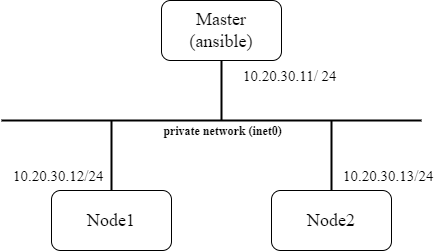
The draw.io diagram topo.drawio.png in shu1r0/vagrant-ansible-lab, before a commit. Source tidied: cells renumbered, new cells last; positions are measured from the earlier drawing's top-left corner, leaving out a move shared by most shapes.
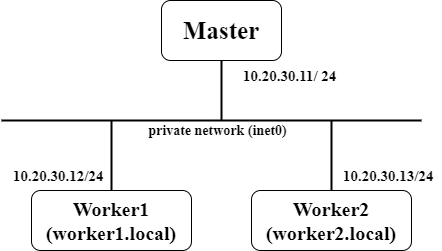
Later version of the same file.

Diff of the diagram source:
```diff
@@ -1,49 +1,49 @@
-<mxGraphModel>
+<mxGraphModel background="#ffffff">
   <root>
     <mxCell id="0" />
     <mxCell id="1" parent="0" />
-    <mxCell id="2" style="edgeStyle=none;html=1;exitX=0.5;exitY=1;exitDx=0;exitDy=0;fontFamily=MS明朝;fontSize=18;endArrow=none;endFill=0;strokeWidth=2;" parent="1" edge="1" source="3">
+    <mxCell id="2" style="edgeStyle=none;html=1;exitX=0.5;exitY=1;exitDx=0;exitDy=0;fontFamily=Times New Roman;fontSize=18;endArrow=none;endFill=0;strokeWidth=2;fontStyle=1;" parent="1" edge="1" source="3">
       <mxGeometry relative="1" as="geometry">
         <mxPoint x="220" y="120" as="targetPoint" />
       </mxGeometry>
     </mxCell>
-    <mxCell id="3" value="Master&lt;br&gt;(ansible)" style="rounded=1;whiteSpace=wrap;html=1;fontSize=18;fontFamily=MS明朝;" parent="1" vertex="1">
+    <mxCell id="3" value="Master" style="rounded=1;whiteSpace=wrap;html=1;fontSize=25;fontFamily=Times New Roman;fontStyle=1;" parent="1" vertex="1">
       <mxGeometry x="160" width="120" height="60" as="geometry" />
     </mxCell>
-    <mxCell id="4" style="edgeStyle=none;html=1;exitX=0.5;exitY=0;exitDx=0;exitDy=0;fontFamily=MS明朝;fontSize=18;endArrow=none;endFill=0;strokeWidth=2;" parent="1" edge="1" source="5">
+    <mxCell id="4" style="edgeStyle=none;html=1;exitX=0.5;exitY=0;exitDx=0;exitDy=0;fontFamily=Times New Roman;fontSize=18;endArrow=none;endFill=0;strokeWidth=2;fontStyle=1;" parent="1" edge="1" source="5">
       <mxGeometry relative="1" as="geometry">
         <mxPoint x="110" y="120" as="targetPoint" />
       </mxGeometry>
     </mxCell>
-    <mxCell id="5" value="Node1" style="rounded=1;whiteSpace=wrap;html=1;fontFamily=MS明朝;fontSize=18;" parent="1" vertex="1">
-      <mxGeometry x="50" y="190" width="120" height="60" as="geometry" />
+    <mxCell id="5" value="Worker1&lt;br&gt;(worker1.local)" style="rounded=1;whiteSpace=wrap;html=1;fontFamily=Times New Roman;fontSize=20;fontStyle=1;" parent="1" vertex="1">
+      <mxGeometry x="30" y="190" width="160" height="60" as="geometry" />
     </mxCell>
-    <mxCell id="6" style="endArrow=none;html=1;fontFamily=MS明朝;fontSize=18;strokeWidth=2;" parent="1" edge="1">
+    <mxCell id="6" style="endArrow=none;html=1;fontFamily=Times New Roman;fontSize=18;strokeWidth=2;fontStyle=1;" parent="1" edge="1">
       <mxGeometry relative="1" as="geometry">
         <mxPoint y="120" as="sourcePoint" />
         <mxPoint x="420" y="120" as="targetPoint" />
       </mxGeometry>
     </mxCell>
-    <mxCell id="7" value="private network (inet0)" style="edgeLabel;html=1;align=center;verticalAlign=middle;fontFamily=Times New Roman;fontStyle=1;fontSize=12;" parent="6" vertex="1">
+    <mxCell id="7" value="private network (inet0)" style="edgeLabel;html=1;align=center;verticalAlign=middle;fontFamily=Times New Roman;fontStyle=1;fontSize=14;" parent="6" vertex="1">
       <mxGeometry x="-0.21" y="1" relative="1" as="geometry">
-        <mxPoint x="55" y="11" as="offset" />
+        <mxPoint x="50" y="11" as="offset" />
       </mxGeometry>
     </mxCell>
-    <mxCell id="8" style="edgeStyle=none;html=1;exitX=0.5;exitY=0;exitDx=0;exitDy=0;fontFamily=MS明朝;fontSize=18;endArrow=none;endFill=0;strokeWidth=2;" parent="1" edge="1" source="9">
+    <mxCell id="8" style="edgeStyle=none;html=1;exitX=0.5;exitY=0;exitDx=0;exitDy=0;fontFamily=Times New Roman;fontSize=18;endArrow=none;endFill=0;strokeWidth=2;fontStyle=1;" parent="1" edge="1" source="9">
       <mxGeometry relative="1" as="geometry">
         <mxPoint x="330" y="120" as="targetPoint" />
       </mxGeometry>
     </mxCell>
-    <mxCell id="9" value="Node2" style="rounded=1;whiteSpace=wrap;html=1;fontFamily=MS明朝;fontSize=18;" parent="1" vertex="1">
-      <mxGeometry x="270" y="190" width="120" height="60" as="geometry" />
+    <mxCell id="9" value="Worker2&lt;br&gt;(worker2.local)" style="rounded=1;whiteSpace=wrap;html=1;fontFamily=Times New Roman;fontSize=20;fontStyle=1;" parent="1" vertex="1">
+      <mxGeometry x="250" y="190" width="160" height="60" as="geometry" />
     </mxCell>
-    <mxCell id="10" value="10.20.30.11/ 24" style="text;fontFamily=Times New Roman;fontColor=default;labelBackgroundColor=none;whiteSpace=wrap;html=1;fontSize=15;" parent="1" vertex="1">
+    <mxCell id="10" value="10.20.30.11/ 24" style="text;fontFamily=Times New Roman;fontColor=default;labelBackgroundColor=none;whiteSpace=wrap;html=1;fontSize=15;fontStyle=1;" parent="1" vertex="1">
       <mxGeometry x="240" y="60" width="100" height="30" as="geometry" />
     </mxCell>
-    <mxCell id="11" value="10.20.30.12/24" style="text;fontFamily=Times New Roman;fontColor=default;labelBackgroundColor=none;whiteSpace=wrap;html=1;fontSize=15;" parent="1" vertex="1">
+    <mxCell id="11" value="10.20.30.12/24" style="text;fontFamily=Times New Roman;fontColor=default;labelBackgroundColor=none;whiteSpace=wrap;html=1;fontSize=15;fontStyle=1;" parent="1" vertex="1">
       <mxGeometry x="10" y="160" width="100" height="30" as="geometry" />
     </mxCell>
-    <mxCell id="12" value="10.20.30.13/24" style="text;fontFamily=Times New Roman;fontColor=default;labelBackgroundColor=none;whiteSpace=wrap;html=1;fontSize=15;" parent="1" vertex="1">
+    <mxCell id="12" value="10.20.30.13/24" style="text;fontFamily=Times New Roman;fontColor=default;labelBackgroundColor=none;whiteSpace=wrap;html=1;fontSize=15;fontStyle=1;" parent="1" vertex="1">
       <mxGeometry x="340" y="160" width="100" height="30" as="geometry" />
     </mxCell>
   </root>
```
